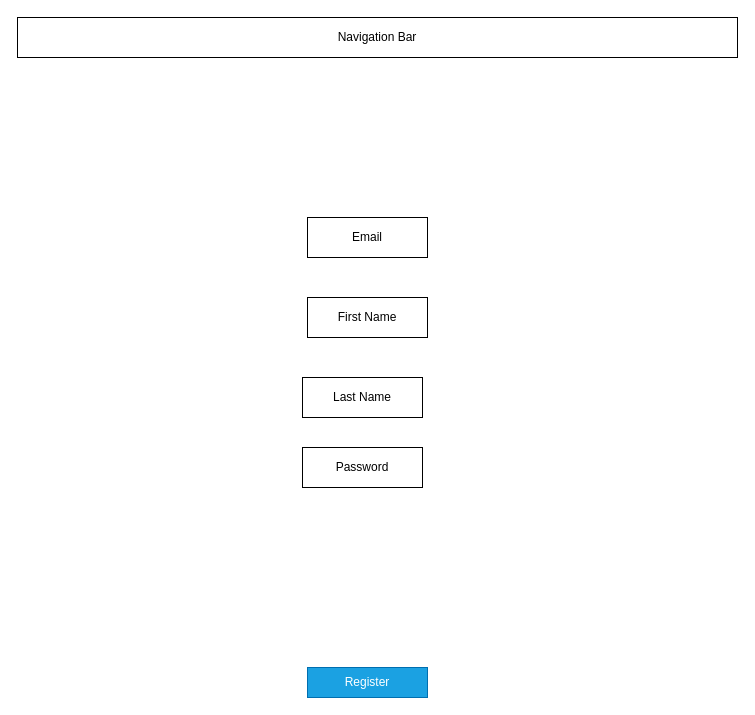
Linara2/AI_PHP_Recipe_Tracker keeps this draw.io diagram as designs/UIDesign.drawio. Above is the earlier version. Source tidied: cells renumbered, new cells numbered last; positions are measured from the earlier drawing's top-left corner, leaving out a move shared by most shapes. Both pictures are drawn from the tidied source at 100%, with x=0, y=0 at pixel (17, 17).
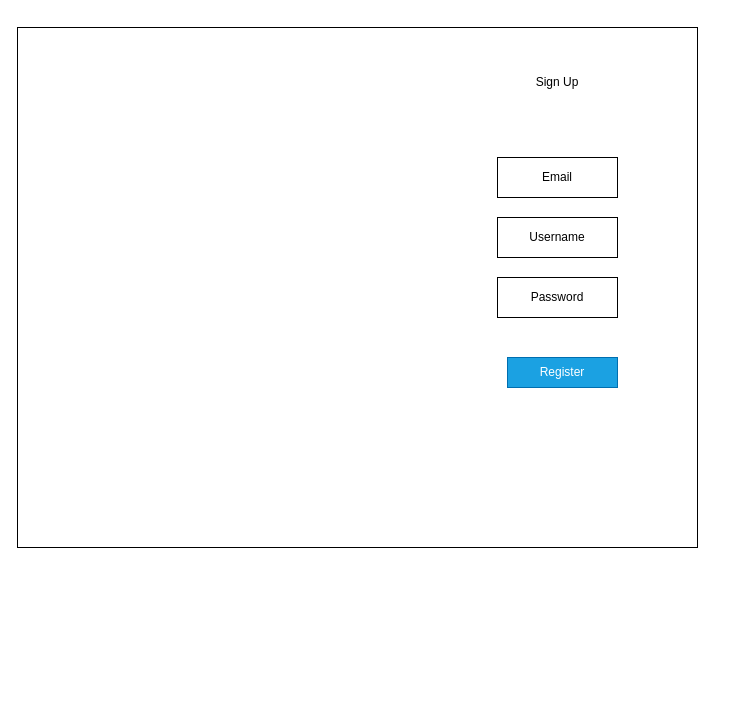
The same diagram, later.

Change to the diagram source:
```diff
@@
 <mxGraphModel>
   <root>
     <mxCell id="0" />
     <mxCell id="1" parent="0" />
-    <mxCell id="2" value="Navigation Bar" style="rounded=0;whiteSpace=wrap;html=1;" parent="1" vertex="1">
-      <mxGeometry width="720" height="40" as="geometry" />
+    <mxCell id="2" style="rounded=0;whiteSpace=wrap;html=1;" parent="1" vertex="1">
+      <mxGeometry y="10" width="680" height="520" as="geometry" />
     </mxCell>
     <mxCell id="3" value="Email" style="whiteSpace=wrap;html=1;" parent="1" vertex="1">
-      <mxGeometry x="290" y="200" width="120" height="40" as="geometry" />
+      <mxGeometry x="480" y="140" width="120" height="40" as="geometry" />
     </mxCell>
-    <mxCell id="4" value="First Name" style="whiteSpace=wrap;html=1;" parent="1" vertex="1">
-      <mxGeometry x="290" y="280" width="120" height="40" as="geometry" />
+    <mxCell id="4" value="Username" style="whiteSpace=wrap;html=1;" parent="1" vertex="1">
+      <mxGeometry x="480" y="200" width="120" height="40" as="geometry" />
     </mxCell>
-    <mxCell id="5" value="Last Name" style="whiteSpace=wrap;html=1;" parent="1" vertex="1">
-      <mxGeometry x="285" y="360" width="120" height="40" as="geometry" />
-    </mxCell>
     <mxCell id="6" value="Password" style="whiteSpace=wrap;html=1;" parent="1" vertex="1">
-      <mxGeometry x="285" y="430" width="120" height="40" as="geometry" />
+      <mxGeometry x="480" y="260" width="120" height="40" as="geometry" />
     </mxCell>
     <mxCell id="7" value="Register" style="whiteSpace=wrap;html=1;fillColor=#1BA1E2;fontColor=#ffffff;strokeColor=#006EAF;" parent="1" vertex="1">
-      <mxGeometry x="290" y="650" width="120" height="30" as="geometry" />
+      <mxGeometry x="490" y="340" width="110" height="30" as="geometry" />
     </mxCell>
+    <mxCell id="8" value="Sign Up" style="text;html=1;strokeColor=none;fillColor=none;align=center;verticalAlign=middle;whiteSpace=wrap;rounded=0;" parent="1" vertex="1">
+      <mxGeometry x="510" y="50" width="60" height="30" as="geometry" />
+    </mxCell>
   </root>
 </mxGraphModel>
```
